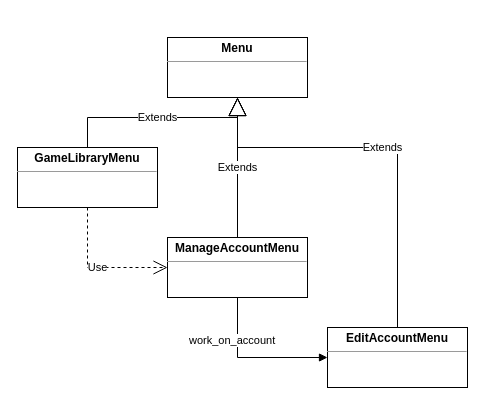
JupiterXVI/Advanced-Software-Engin keeps this draw.io diagram as Dokumentation/Texte/Ressourcen/Diagramme/Menü-Schleifen.drawio. Above is the earlier version. Source tidied: cells renumbered, new cells numbered last; positions are measured from the earlier drawing's top-left corner, leaving out a move shared by most shapes. Both pictures are drawn from the tidied source at 100%, with x=0, y=0 at pixel (17, 37).
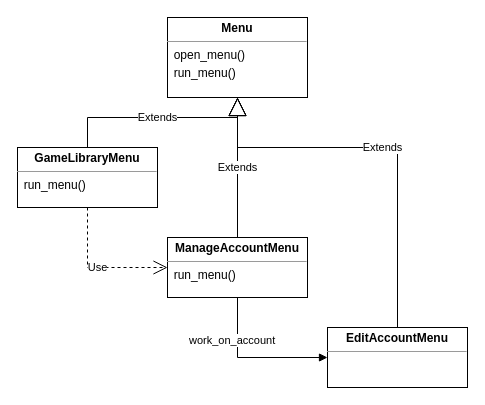
Above is the later version.

Diff of the diagram source:
```diff
@@
 <mxGraphModel>
   <root>
     <mxCell id="0" />
     <mxCell id="1" parent="0" />
-    <mxCell id="2" value="&lt;p style=&quot;margin:0px;margin-top:4px;text-align:center;&quot;&gt;&lt;b&gt;ManageAccountMenu&lt;/b&gt;&lt;br&gt;&lt;/p&gt;&lt;hr size=&quot;1&quot;&gt;&lt;div style=&quot;height:2px;&quot;&gt;&lt;/div&gt;" style="verticalAlign=top;align=left;overflow=fill;fontSize=12;fontFamily=Helvetica;html=1;whiteSpace=wrap;" parent="1" vertex="1">
+    <mxCell id="2" value="&lt;p style=&quot;margin:0px;margin-top:4px;text-align:center;&quot;&gt;&lt;b&gt;ManageAccountMenu&lt;/b&gt;&lt;br&gt;&lt;/p&gt;&lt;hr size=&quot;1&quot;&gt;&lt;div style=&quot;height:2px;&quot;&gt;&amp;nbsp; run_menu()&lt;/div&gt;" style="verticalAlign=top;align=left;overflow=fill;fontSize=12;fontFamily=Helvetica;html=1;whiteSpace=wrap;" parent="1" vertex="1">
       <mxGeometry x="150" y="200" width="140" height="60" as="geometry" />
     </mxCell>
-    <mxCell id="3" value="&lt;p style=&quot;margin:0px;margin-top:4px;text-align:center;&quot;&gt;&lt;b&gt;GameLibraryMenu&lt;/b&gt;&lt;br&gt;&lt;/p&gt;&lt;hr size=&quot;1&quot;&gt;&lt;div style=&quot;height:2px;&quot;&gt;&lt;/div&gt;" style="verticalAlign=top;align=left;overflow=fill;fontSize=12;fontFamily=Helvetica;html=1;whiteSpace=wrap;" parent="1" vertex="1">
+    <mxCell id="3" value="&lt;p style=&quot;margin:0px;margin-top:4px;text-align:center;&quot;&gt;&lt;b&gt;GameLibraryMenu&lt;/b&gt;&lt;br&gt;&lt;/p&gt;&lt;hr size=&quot;1&quot;&gt;&lt;div style=&quot;height:2px;&quot;&gt;&amp;nbsp; run_menu()&lt;/div&gt;" style="verticalAlign=top;align=left;overflow=fill;fontSize=12;fontFamily=Helvetica;html=1;whiteSpace=wrap;" parent="1" vertex="1">
       <mxGeometry y="110" width="140" height="60" as="geometry" />
     </mxCell>
     <mxCell id="4" value="&lt;p style=&quot;margin:0px;margin-top:4px;text-align:center;&quot;&gt;&lt;b&gt;EditAccountMenu&lt;/b&gt;&lt;br&gt;&lt;/p&gt;&lt;hr size=&quot;1&quot;&gt;&lt;div style=&quot;height:2px;&quot;&gt;&lt;/div&gt;" style="verticalAlign=top;align=left;overflow=fill;fontSize=12;fontFamily=Helvetica;html=1;whiteSpace=wrap;" parent="1" vertex="1">
       <mxGeometry x="310" y="290" width="140" height="60" as="geometry" />
     </mxCell>
-    <mxCell id="5" value="&lt;p style=&quot;margin:0px;margin-top:4px;text-align:center;&quot;&gt;&lt;b&gt;Menu&lt;/b&gt;&lt;/p&gt;&lt;hr size=&quot;1&quot;&gt;&lt;div style=&quot;height:2px;&quot;&gt;&lt;/div&gt;" style="verticalAlign=top;align=left;overflow=fill;fontSize=12;fontFamily=Helvetica;html=1;whiteSpace=wrap;" parent="1" vertex="1">
-      <mxGeometry x="150" width="140" height="60" as="geometry" />
+    <mxCell id="5" value="&lt;p style=&quot;margin:0px;margin-top:4px;text-align:center;&quot;&gt;&lt;b&gt;Menu&lt;/b&gt;&lt;/p&gt;&lt;hr size=&quot;1&quot;&gt;&lt;div style=&quot;height:2px;&quot;&gt;&amp;nbsp; open_menu()&lt;/div&gt;&lt;div style=&quot;height:2px;&quot;&gt;&lt;br&gt;&lt;/div&gt;&lt;div style=&quot;height:2px;&quot;&gt;&lt;br&gt;&lt;/div&gt;&lt;div style=&quot;height:2px;&quot;&gt;&lt;br&gt;&lt;/div&gt;&lt;div style=&quot;height:2px;&quot;&gt;&lt;br&gt;&lt;/div&gt;&lt;div style=&quot;height:2px;&quot;&gt;&lt;br&gt;&lt;/div&gt;&lt;div style=&quot;height:2px;&quot;&gt;&lt;br&gt;&lt;/div&gt;&lt;div style=&quot;height:2px;&quot;&gt;&lt;br&gt;&lt;/div&gt;&lt;div style=&quot;height:2px;&quot;&gt;&lt;br&gt;&lt;/div&gt;&lt;div style=&quot;height:2px;&quot;&gt;&amp;nbsp; run_menu()&lt;br&gt;&lt;/div&gt;" style="verticalAlign=top;align=left;overflow=fill;fontSize=12;fontFamily=Helvetica;html=1;whiteSpace=wrap;" parent="1" vertex="1">
+      <mxGeometry x="150" y="-20" width="140" height="80" as="geometry" />
     </mxCell>
     <mxCell id="6" value="Extends" style="endArrow=block;endSize=16;endFill=0;html=1;rounded=0;entryX=0.5;entryY=1;entryDx=0;entryDy=0;exitX=0.5;exitY=0;exitDx=0;exitDy=0;" parent="1" edge="1" source="4" target="5">
       <mxGeometry relative="1" as="geometry">
         <Array as="points">
           <mxPoint x="380" y="110" />
           <mxPoint x="220" y="110" />
         </Array>
       </mxGeometry>
     </mxCell>
     <mxCell id="7" value="Extends" style="endArrow=block;endSize=16;endFill=0;html=1;rounded=0;entryX=0.5;entryY=1;entryDx=0;entryDy=0;exitX=0.5;exitY=0;exitDx=0;exitDy=0;" parent="1" edge="1" source="3" target="5">
       <mxGeometry relative="1" as="geometry">
         <Array as="points">
           <mxPoint x="70" y="80" />
           <mxPoint x="220" y="80" />
         </Array>
       </mxGeometry>
     </mxCell>
     <mxCell id="8" value="Extends" style="endArrow=block;endSize=16;endFill=0;html=1;rounded=0;entryX=0.5;entryY=1;entryDx=0;entryDy=0;exitX=0.5;exitY=0;exitDx=0;exitDy=0;" parent="1" edge="1" source="2" target="5">
       <mxGeometry relative="1" as="geometry" />
     </mxCell>
     <mxCell id="9" value="Use" style="endArrow=open;endSize=12;dashed=1;html=1;rounded=0;exitX=0.5;exitY=1;exitDx=0;exitDy=0;entryX=0;entryY=0.5;entryDx=0;entryDy=0;" parent="1" edge="1" source="3" target="2">
       <mxGeometry relative="1" as="geometry">
         <Array as="points">
           <mxPoint x="70" y="230" />
         </Array>
       </mxGeometry>
     </mxCell>
     <mxCell id="10" value="work_on_account" style="endArrow=block;endFill=1;html=1;edgeStyle=orthogonalEdgeStyle;align=left;verticalAlign=top;rounded=0;exitX=0.5;exitY=1;exitDx=0;exitDy=0;entryX=0;entryY=0.5;entryDx=0;entryDy=0;" parent="1" edge="1" source="2" target="4">
       <mxGeometry x="-0.6" y="-50" relative="1" as="geometry" />
     </mxCell>
   </root>
 </mxGraphModel>
```
